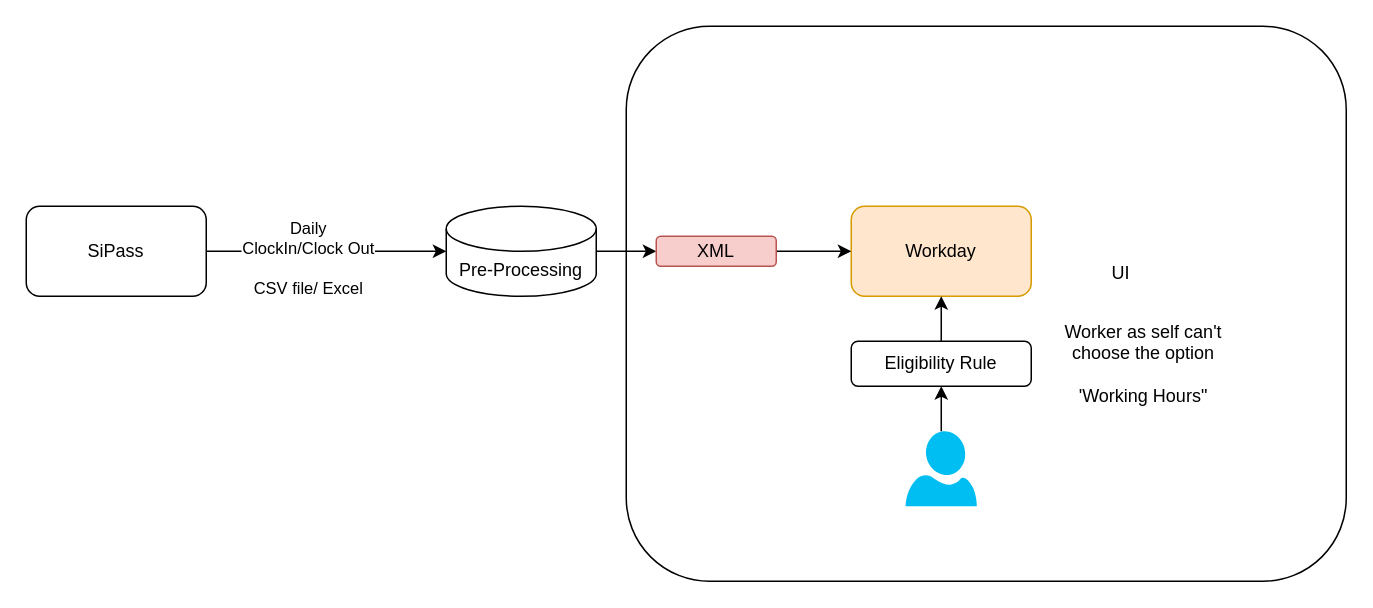
Above: FLENDER.drawio in sandyaroma/sandyaroma (draw.io), before the change. Source tidied: cells renumbered, new cells numbered last; positions are measured from the earlier drawing's top-left corner, leaving out a move shared by most shapes. Both pictures are drawn from the tidied source at 150%, with x=0, y=0 at pixel (26, 26).
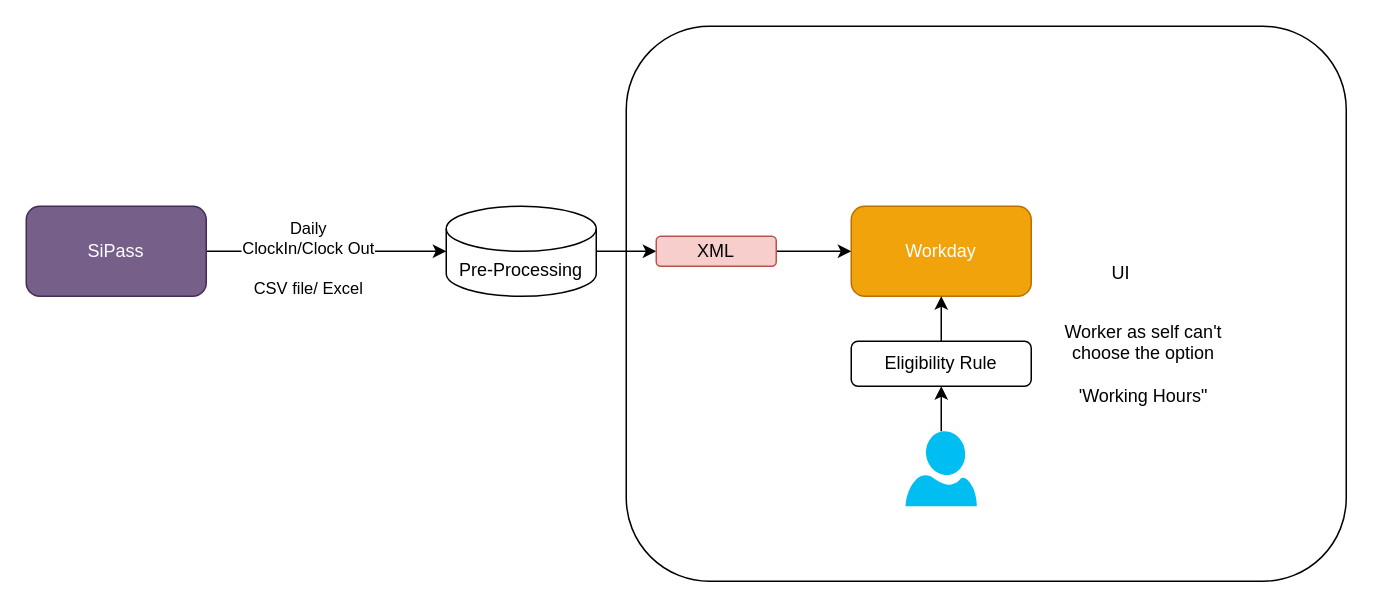
After the change.

What changed in the source:
```diff
@@
 <mxGraphModel>
   <root>
     <mxCell id="0" />
     <mxCell id="1" parent="0" />
     <mxCell id="2" style="rounded=1;whiteSpace=wrap;html=1;" parent="1" vertex="1">
       <mxGeometry x="400" width="480" height="370" as="geometry" />
     </mxCell>
     <mxCell id="3" style="edgeStyle=orthogonalEdgeStyle;rounded=0;jettySize=auto;html=1;" parent="1" edge="1" source="5" target="8">
       <mxGeometry relative="1" as="geometry" />
     </mxCell>
     <mxCell id="4" value="Daily&lt;div&gt;ClockIn/Clock Out&lt;/div&gt;&lt;div&gt;&lt;br&gt;&lt;/div&gt;&lt;div&gt;CSV file/ Excel&lt;/div&gt;" style="edgeLabel;html=1;align=center;verticalAlign=middle;" parent="3" vertex="1">
       <mxGeometry x="-0.16" y="-4" relative="1" as="geometry" />
     </mxCell>
-    <mxCell id="5" value="SiPass" style="rounded=1;whiteSpace=wrap;html=1;" parent="1" vertex="1">
+    <mxCell id="5" value="SiPass" style="rounded=1;whiteSpace=wrap;html=1;fillColor=#76608a;fontColor=#ffffff;strokeColor=#432D57;" parent="1" vertex="1">
       <mxGeometry y="120" width="120" height="60" as="geometry" />
     </mxCell>
-    <mxCell id="6" value="Workday" style="rounded=1;whiteSpace=wrap;html=1;fillColor=#ffe6cc;strokeColor=#d79b00;" parent="1" vertex="1">
+    <mxCell id="6" value="&lt;font color=&quot;#ffffff&quot;&gt;Workday&lt;/font&gt;" style="rounded=1;whiteSpace=wrap;html=1;fillColor=#f0a30a;strokeColor=#BD7000;fontColor=#000000;" parent="1" vertex="1">
       <mxGeometry x="550" y="120" width="120" height="60" as="geometry" />
     </mxCell>
     <mxCell id="7" style="edgeStyle=orthogonalEdgeStyle;rounded=0;jettySize=auto;html=1;" parent="1" edge="1" source="8" target="10">
       <mxGeometry relative="1" as="geometry" />
     </mxCell>
     <mxCell id="8" value="Pre-Processing" style="shape=cylinder3;whiteSpace=wrap;html=1;boundedLbl=1;backgroundOutline=1;size=15;" parent="1" vertex="1">
       <mxGeometry x="280" y="120" width="100" height="60" as="geometry" />
     </mxCell>
     <mxCell id="9" style="edgeStyle=orthogonalEdgeStyle;rounded=0;jettySize=auto;html=1;" parent="1" edge="1" source="10" target="6">
       <mxGeometry relative="1" as="geometry" />
     </mxCell>
     <mxCell id="10" value="XML" style="rounded=1;whiteSpace=wrap;html=1;fillColor=#f8cecc;strokeColor=#b85450;" parent="1" vertex="1">
       <mxGeometry x="420" y="140" width="80" height="20" as="geometry" />
     </mxCell>
     <mxCell id="11" style="edgeStyle=orthogonalEdgeStyle;rounded=0;jettySize=auto;html=1;entryX=0.5;entryY=1;entryDx=0;entryDy=0;" parent="1" edge="1" source="12" target="6">
       <mxGeometry relative="1" as="geometry" />
     </mxCell>
     <mxCell id="12" value="Eligibility Rule" style="rounded=1;whiteSpace=wrap;html=1;" parent="1" vertex="1">
       <mxGeometry x="550" y="210" width="120" height="30" as="geometry" />
     </mxCell>
     <mxCell id="13" style="edgeStyle=orthogonalEdgeStyle;rounded=0;jettySize=auto;html=1;entryX=0.5;entryY=1;entryDx=0;entryDy=0;" parent="1" edge="1" source="14" target="12">
       <mxGeometry relative="1" as="geometry" />
     </mxCell>
     <mxCell id="14" style="verticalLabelPosition=bottom;html=1;verticalAlign=top;align=center;strokeColor=none;fillColor=#00BEF2;shape=mxgraph.azure.user;" parent="1" vertex="1">
       <mxGeometry x="586.2" y="270" width="47.5" height="50" as="geometry" />
     </mxCell>
     <mxCell id="15" value="Worker as self can't choose the option&lt;div&gt;&lt;br&gt;&lt;/div&gt;&lt;div&gt;'Working Hours&quot;&lt;/div&gt;" style="text;html=1;align=center;verticalAlign=middle;whiteSpace=wrap;rounded=0;" parent="1" vertex="1">
       <mxGeometry x="680" y="210" width="130" height="30" as="geometry" />
     </mxCell>
     <mxCell id="16" value="UI" style="text;html=1;align=center;verticalAlign=middle;whiteSpace=wrap;rounded=0;" parent="1" vertex="1">
       <mxGeometry x="700" y="150" width="60" height="30" as="geometry" />
     </mxCell>
   </root>
 </mxGraphModel>
```
